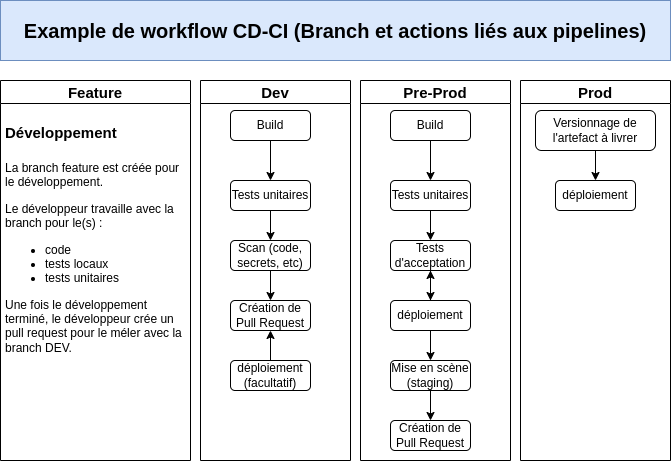
CQEN-QDCE/wiki-innovation keeps this draw.io diagram as Gabarits/Pipelines/images/workflow-cd-ci-pipelines.png. Above is the earlier version. Source tidied: cells renumbered, new cells last; positions are measured from the earlier drawing's top-left corner, leaving out a move shared by most shapes.
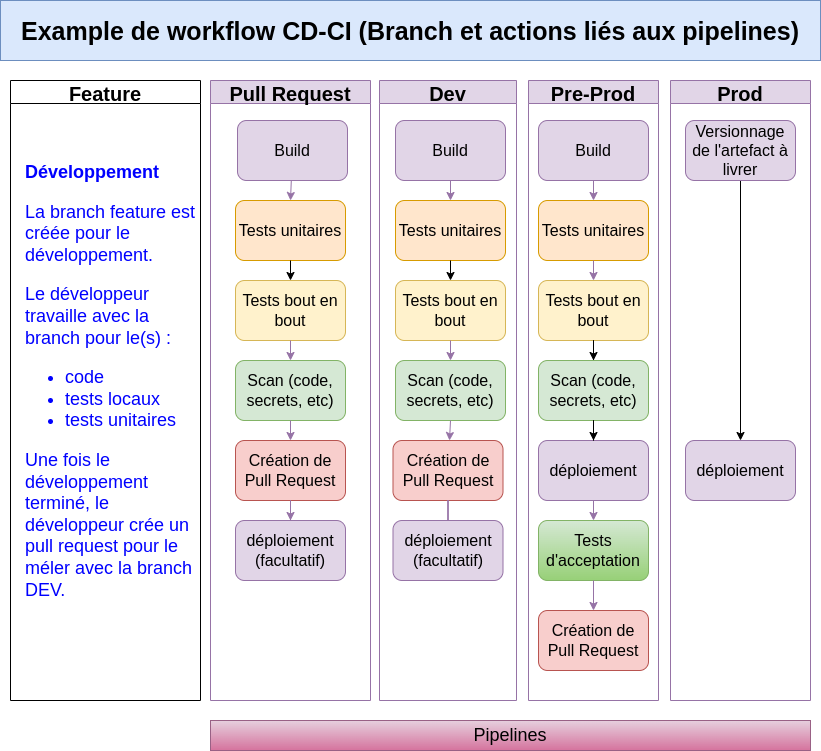
After the commit.

Commit message:
adjusted workflow repo/pipelines

Change to the diagram source:
```diff
@@ -8,103 +8,143 @@
         <mxPoint x="110" y="270" as="targetPoint" />
       </mxGeometry>
     </mxCell>
-    <mxCell id="3" value="Build" style="rounded=1;whiteSpace=wrap;html=1;" parent="1" vertex="1">
-      <mxGeometry x="230" y="110" width="80" height="30" as="geometry" />
-    </mxCell>
-    <mxCell id="4" value="Tests unitaires" style="rounded=1;whiteSpace=wrap;html=1;" parent="1" vertex="1">
-      <mxGeometry x="230" y="180" width="80" height="30" as="geometry" />
-    </mxCell>
-    <mxCell id="5" value="Création de Pull Request" style="rounded=1;whiteSpace=wrap;html=1;" parent="1" vertex="1">
-      <mxGeometry x="230" y="300" width="80" height="30" as="geometry" />
-    </mxCell>
-    <mxCell id="6" value="Build" style="rounded=1;whiteSpace=wrap;html=1;" parent="1" vertex="1">
-      <mxGeometry x="390" y="110" width="80" height="30" as="geometry" />
-    </mxCell>
-    <mxCell id="7" value="Tests unitaires" style="rounded=1;whiteSpace=wrap;html=1;" parent="1" vertex="1">
-      <mxGeometry x="390" y="180" width="80" height="30" as="geometry" />
-    </mxCell>
-    <mxCell id="8" style="edgeStyle=orthogonalEdgeStyle;rounded=0;jettySize=auto;html=1;fontSize=20;" parent="1" edge="1" source="9" target="19">
-      <mxGeometry relative="1" as="geometry" />
-    </mxCell>
-    <mxCell id="9" value="déploiement" style="rounded=1;whiteSpace=wrap;html=1;" parent="1" vertex="1">
-      <mxGeometry x="390" y="300" width="80" height="30" as="geometry" />
-    </mxCell>
-    <mxCell id="10" value="Feature" style="swimlane;fontSize=15;" parent="1" vertex="1">
-      <mxGeometry y="80" width="190" height="380" as="geometry" />
+    <mxCell id="10" value="Feature" style="swimlane;fontSize=20;" parent="1" vertex="1">
+      <mxGeometry y="80" width="190" height="620" as="geometry" />
     </mxCell>
-    <mxCell id="11" value="&lt;h1&gt;&lt;font style=&quot;font-size: 15px;&quot;&gt;Développement&lt;/font&gt;&lt;/h1&gt;&lt;p&gt;&lt;span style=&quot;text-align: center;&quot;&gt;La branch feature est créée pour le développement.&lt;/span&gt;&lt;br&gt;&lt;/p&gt;&lt;p&gt;&lt;span style=&quot;text-align: center; background-color: initial;&quot;&gt;Le développeur travaille avec la branch pour le(s) :&lt;/span&gt;&lt;/p&gt;&lt;p&gt;&lt;/p&gt;&lt;ul&gt;&lt;li&gt;&lt;span style=&quot;background-color: initial; text-align: center;&quot;&gt;code&lt;/span&gt;&lt;br&gt;&lt;/li&gt;&lt;li&gt;&lt;span style=&quot;text-align: center; background-color: initial;&quot;&gt;tests locaux&lt;/span&gt;&lt;br&gt;&lt;/li&gt;&lt;li&gt;&lt;span style=&quot;text-align: center; background-color: initial;&quot;&gt;tests unitaires&lt;/span&gt;&lt;br&gt;&lt;/li&gt;&lt;/ul&gt;&lt;p&gt;&lt;/p&gt;&lt;p&gt;Une fois le développement terminé, le développeur crée un pull request pour le méler avec la branch DEV.&lt;/p&gt;&lt;p&gt;&lt;/p&gt;" style="text;html=1;strokeColor=none;fillColor=none;spacing=5;spacingTop=-20;whiteSpace=wrap;overflow=hidden;rounded=0;" parent="10" vertex="1">
-      <mxGeometry y="30" width="190" height="260" as="geometry" />
+    <mxCell id="11" value="&lt;h1 style=&quot;font-size: 18px;&quot;&gt;&lt;font style=&quot;font-size: 18px;&quot;&gt;Développement&lt;/font&gt;&lt;/h1&gt;&lt;p style=&quot;font-size: 18px;&quot;&gt;&lt;font style=&quot;font-size: 18px;&quot;&gt;&lt;span style=&quot;text-align: center;&quot;&gt;La branch feature est créée pour le développement.&lt;/span&gt;&lt;br&gt;&lt;/font&gt;&lt;/p&gt;&lt;p style=&quot;font-size: 18px;&quot;&gt;&lt;span style=&quot;text-align: center; background-color: initial;&quot;&gt;&lt;font style=&quot;font-size: 18px;&quot;&gt;Le développeur travaille avec la branch pour le(s) :&lt;/font&gt;&lt;/span&gt;&lt;/p&gt;&lt;p style=&quot;font-size: 18px;&quot;&gt;&lt;/p&gt;&lt;ul style=&quot;font-size: 18px;&quot;&gt;&lt;li&gt;&lt;font style=&quot;font-size: 18px;&quot;&gt;&lt;span style=&quot;background-color: initial; text-align: center;&quot;&gt;code&lt;/span&gt;&lt;br&gt;&lt;/font&gt;&lt;/li&gt;&lt;li&gt;&lt;font style=&quot;font-size: 18px;&quot;&gt;&lt;span style=&quot;text-align: center; background-color: initial;&quot;&gt;tests locaux&lt;/span&gt;&lt;br&gt;&lt;/font&gt;&lt;/li&gt;&lt;li&gt;&lt;font style=&quot;font-size: 18px;&quot;&gt;&lt;span style=&quot;text-align: center; background-color: initial;&quot;&gt;tests unitaires&lt;/span&gt;&lt;br&gt;&lt;/font&gt;&lt;/li&gt;&lt;/ul&gt;&lt;p style=&quot;font-size: 18px;&quot;&gt;&lt;/p&gt;&lt;p style=&quot;font-size: 18px;&quot;&gt;&lt;font style=&quot;font-size: 18px;&quot;&gt;Une fois le développement terminé, le développeur crée un pull request pour le méler avec la branch DEV.&lt;/font&gt;&lt;/p&gt;&lt;p&gt;&lt;/p&gt;" style="text;html=1;strokeColor=none;fillColor=none;spacing=5;spacingTop=-20;whiteSpace=wrap;overflow=hidden;rounded=0;fontColor=#0000FF;fontStyle=0;" parent="10" vertex="1">
+      <mxGeometry x="10" y="80" width="190" height="450" as="geometry" />
     </mxCell>
-    <mxCell id="12" value="Dev" style="swimlane;fontSize=15;startSize=23;" parent="1" vertex="1">
-      <mxGeometry x="200" y="80" width="150" height="380" as="geometry" />
+    <mxCell id="12" value="Dev" style="swimlane;fontSize=20;startSize=23;fillColor=#e1d5e7;strokeColor=#9673a6;" parent="1" vertex="1">
+      <mxGeometry x="369" y="80" width="137" height="620" as="geometry" />
     </mxCell>
-    <mxCell id="13" value="Scan (code, secrets, etc)" style="rounded=1;whiteSpace=wrap;html=1;" parent="12" vertex="1">
-      <mxGeometry x="30" y="160" width="80" height="30" as="geometry" />
+    <mxCell id="13" value="Scan (code, secrets, etc)" style="rounded=1;whiteSpace=wrap;html=1;fillColor=#d5e8d4;strokeColor=#82b366;fontSize=16;" parent="12" vertex="1">
+      <mxGeometry x="16" y="280" width="110" height="60" as="geometry" />
     </mxCell>
-    <mxCell id="14" style="edgeStyle=orthogonalEdgeStyle;rounded=0;jettySize=auto;html=1;fontSize=20;" parent="12" edge="1" source="15">
-      <mxGeometry relative="1" as="geometry">
-        <mxPoint x="70" y="250" as="targetPoint" />
-      </mxGeometry>
-    </mxCell>
-    <mxCell id="15" value="déploiement (facultatif)" style="rounded=1;whiteSpace=wrap;html=1;" parent="12" vertex="1">
-      <mxGeometry x="30" y="280" width="80" height="30" as="geometry" />
+    <mxCell id="15" value="déploiement (facultatif)" style="rounded=1;whiteSpace=wrap;html=1;fillColor=#e1d5e7;strokeColor=#9673a6;fontSize=16;" parent="12" vertex="1">
+      <mxGeometry x="13.5" y="440" width="110" height="60" as="geometry" />
     </mxCell>
+    <mxCell id="33" value="Tests bout en bout" style="rounded=1;whiteSpace=wrap;html=1;fillColor=#fff2cc;strokeColor=#d6b656;fontSize=16;" parent="12" vertex="1">
+      <mxGeometry x="16" y="200" width="110" height="60" as="geometry" />
+    </mxCell>
+    <mxCell id="26" style="endArrow=classic;html=1;rounded=0;exitX=0.5;exitY=1;exitDx=0;exitDy=0;fillColor=#e1d5e7;strokeColor=#9673a6;" parent="12" edge="1" source="33" target="13">
+      <mxGeometry relative="1" as="geometry" />
+    </mxCell>
+    <mxCell id="5" value="Création de Pull Request" style="rounded=1;whiteSpace=wrap;html=1;fillColor=#f8cecc;strokeColor=#b85450;fontSize=16;" parent="12" vertex="1">
+      <mxGeometry x="13.5" y="360" width="110" height="60" as="geometry" />
+    </mxCell>
+    <mxCell id="27" style="endArrow=classic;html=1;rounded=0;exitX=0.5;exitY=1;exitDx=0;exitDy=0;fillColor=#e1d5e7;strokeColor=#9673a6;" parent="12" edge="1" source="13" target="5">
+      <mxGeometry relative="1" as="geometry" />
+    </mxCell>
+    <mxCell id="34" style="edgeStyle=orthogonalEdgeStyle;rounded=0;jettySize=auto;html=1;fontSize=20;fillColor=#e1d5e7;strokeColor=#9673a6;endArrow=none;" parent="12" edge="1" source="15" target="5">
+      <mxGeometry relative="1" as="geometry" />
+    </mxCell>
+    <mxCell id="4" value="Tests unitaires" style="rounded=1;whiteSpace=wrap;html=1;fillColor=#ffe6cc;strokeColor=#d79b00;fontSize=16;" parent="12" vertex="1">
+      <mxGeometry x="16" y="120" width="110" height="60" as="geometry" />
+    </mxCell>
+    <mxCell id="35" style="endArrow=classic;html=1;rounded=0;exitX=0.5;exitY=1;exitDx=0;exitDy=0;" parent="12" edge="1" source="4" target="33">
+      <mxGeometry relative="1" as="geometry" />
+    </mxCell>
+    <mxCell id="3" value="Build" style="rounded=1;whiteSpace=wrap;html=1;fillColor=#e1d5e7;strokeColor=#9673a6;fontSize=16;" parent="12" vertex="1">
+      <mxGeometry x="16" y="40" width="110" height="60" as="geometry" />
+    </mxCell>
+    <mxCell id="25" style="endArrow=classic;html=1;rounded=0;entryX=0.5;entryY=0;entryDx=0;entryDy=0;fillColor=#e1d5e7;strokeColor=#9673a6;" parent="12" edge="1" source="3" target="4">
+      <mxGeometry relative="1" as="geometry" />
+    </mxCell>
-    <mxCell id="16" value="Pre-Prod" style="swimlane;fontSize=15;" parent="1" vertex="1">
-      <mxGeometry x="360" y="80" width="150" height="380" as="geometry" />
+    <mxCell id="16" value="Pre-Prod" style="swimlane;fontSize=20;fillColor=#e1d5e7;strokeColor=#9673a6;" parent="1" vertex="1">
+      <mxGeometry x="518" y="80" width="130" height="620" as="geometry" />
     </mxCell>
-    <mxCell id="17" value="Création de Pull Request" style="rounded=1;whiteSpace=wrap;html=1;" parent="16" vertex="1">
-      <mxGeometry x="30" y="340" width="80" height="30" as="geometry" />
-    </mxCell>
-    <mxCell id="18" value="Mise en scène (staging)" style="rounded=1;whiteSpace=wrap;html=1;" parent="16" vertex="1">
-      <mxGeometry x="30" y="280" width="80" height="30" as="geometry" />
-    </mxCell>
+    <mxCell id="36" value="Tests bout en bout" style="rounded=1;whiteSpace=wrap;html=1;fillColor=#fff2cc;strokeColor=#d6b656;fontSize=16;" parent="16" vertex="1">
+      <mxGeometry x="10" y="200" width="110" height="60" as="geometry" />
+    </mxCell>
+    <mxCell id="37" style="edgeStyle=orthogonalEdgeStyle;rounded=0;jettySize=auto;html=1;" parent="16" edge="1" source="36" target="38">
+      <mxGeometry relative="1" as="geometry" />
+    </mxCell>
+    <mxCell id="38" value="Scan (code, secrets, etc)" style="rounded=1;whiteSpace=wrap;html=1;fillColor=#d5e8d4;strokeColor=#82b366;fontSize=16;" parent="16" vertex="1">
+      <mxGeometry x="10" y="280" width="110" height="60" as="geometry" />
+    </mxCell>
+    <mxCell id="6" value="Build" style="rounded=1;whiteSpace=wrap;html=1;fillColor=#e1d5e7;strokeColor=#9673a6;fontSize=16;" parent="16" vertex="1">
+      <mxGeometry x="10" y="40" width="110" height="60" as="geometry" />
+    </mxCell>
+    <mxCell id="7" value="Tests unitaires" style="rounded=1;whiteSpace=wrap;html=1;fillColor=#ffe6cc;strokeColor=#d79b00;fontSize=16;" parent="16" vertex="1">
+      <mxGeometry x="10" y="120" width="110" height="60" as="geometry" />
+    </mxCell>
+    <mxCell id="28" style="endArrow=classic;html=1;rounded=0;exitX=0.5;exitY=1;exitDx=0;exitDy=0;entryX=0.5;entryY=0;entryDx=0;entryDy=0;fillColor=#e1d5e7;strokeColor=#9673a6;" parent="16" edge="1" source="6" target="7">
+      <mxGeometry relative="1" as="geometry" />
+    </mxCell>
+    <mxCell id="29" style="endArrow=classic;html=1;rounded=0;exitX=0.5;exitY=1;exitDx=0;exitDy=0;fillColor=#e1d5e7;strokeColor=#9673a6;entryX=0.5;entryY=0;entryDx=0;entryDy=0;" parent="16" edge="1" source="7" target="36">
+      <mxGeometry relative="1" as="geometry" />
+    </mxCell>
-    <mxCell id="19" value="Tests d'acceptation" style="rounded=1;whiteSpace=wrap;html=1;" parent="16" vertex="1">
-      <mxGeometry x="30" y="160" width="80" height="30" as="geometry" />
+    <mxCell id="19" value="Tests d'acceptation" style="rounded=1;whiteSpace=wrap;html=1;fillColor=#d5e8d4;fontSize=16;strokeColor=#82b366;gradientColor=#97d077;" parent="16" vertex="1">
+      <mxGeometry x="10" y="440" width="110" height="60" as="geometry" />
     </mxCell>
-    <mxCell id="20" style="endArrow=classic;html=1;rounded=0;entryX=0.5;entryY=0;entryDx=0;entryDy=0;exitX=0.5;exitY=1;exitDx=0;exitDy=0;" parent="16" edge="1" source="18" target="17">
-      <mxGeometry relative="1" as="geometry" />
-    </mxCell>
-    <mxCell id="21" value="Prod" style="swimlane;fontSize=15;" parent="1" vertex="1">
-      <mxGeometry x="520" y="80" width="150" height="380" as="geometry" />
+    <mxCell id="21" value="Prod" style="swimlane;fontSize=20;fillColor=#e1d5e7;strokeColor=#9673a6;" parent="1" vertex="1">
+      <mxGeometry x="660" y="80" width="140" height="620" as="geometry" />
     </mxCell>
+    <mxCell id="24" style="edgeStyle=orthogonalEdgeStyle;rounded=0;jettySize=auto;html=1;fontSize=18;" parent="21" edge="1" source="22" target="23">
+      <mxGeometry relative="1" as="geometry" />
+    </mxCell>
-    <mxCell id="22" value="Versionnage de l'artefact à livrer" style="rounded=1;whiteSpace=wrap;html=1;" parent="21" vertex="1">
-      <mxGeometry x="15" y="30" width="120" height="40" as="geometry" />
+    <mxCell id="22" value="Versionnage de l'artefact à livrer" style="rounded=1;whiteSpace=wrap;html=1;fillColor=#e1d5e7;strokeColor=#9673a6;fontSize=16;" parent="21" vertex="1">
+      <mxGeometry x="15" y="40" width="110" height="60" as="geometry" />
     </mxCell>
-    <mxCell id="23" value="déploiement" style="rounded=1;whiteSpace=wrap;html=1;" parent="21" vertex="1">
-      <mxGeometry x="35" y="100" width="80" height="30" as="geometry" />
+    <mxCell id="23" value="déploiement" style="rounded=1;whiteSpace=wrap;html=1;fillColor=#e1d5e7;strokeColor=#9673a6;fontSize=16;" parent="21" vertex="1">
+      <mxGeometry x="15" y="360" width="110" height="60" as="geometry" />
     </mxCell>
-    <mxCell id="24" style="endArrow=classic;html=1;rounded=0;exitX=0.5;exitY=1;exitDx=0;exitDy=0;" parent="21" edge="1" source="22" target="23">
-      <mxGeometry relative="1" as="geometry" />
-    </mxCell>
-    <mxCell id="25" style="endArrow=classic;html=1;rounded=0;entryX=0.5;entryY=0;entryDx=0;entryDy=0;" parent="1" edge="1" source="3" target="4">
-      <mxGeometry relative="1" as="geometry" />
-    </mxCell>
-    <mxCell id="26" style="endArrow=classic;html=1;rounded=0;exitX=0.5;exitY=1;exitDx=0;exitDy=0;" parent="1" edge="1" source="4" target="13">
-      <mxGeometry relative="1" as="geometry" />
-    </mxCell>
-    <mxCell id="27" style="endArrow=classic;html=1;rounded=0;exitX=0.5;exitY=1;exitDx=0;exitDy=0;" parent="1" edge="1" source="13" target="5">
-      <mxGeometry relative="1" as="geometry" />
-    </mxCell>
-    <mxCell id="28" style="endArrow=classic;html=1;rounded=0;exitX=0.5;exitY=1;exitDx=0;exitDy=0;entryX=0.5;entryY=0;entryDx=0;entryDy=0;" parent="1" edge="1" source="6" target="7">
-      <mxGeometry relative="1" as="geometry" />
-    </mxCell>
-    <mxCell id="29" style="endArrow=classic;html=1;rounded=0;exitX=0.5;exitY=1;exitDx=0;exitDy=0;" parent="1" edge="1" source="7">
-      <mxGeometry relative="1" as="geometry">
-        <mxPoint x="430" y="240" as="targetPoint" />
-      </mxGeometry>
-    </mxCell>
-    <mxCell id="30" style="endArrow=classic;html=1;rounded=0;exitX=0.5;exitY=1;exitDx=0;exitDy=0;" parent="1" edge="1" source="19">
-      <mxGeometry relative="1" as="geometry">
-        <mxPoint x="430" y="300" as="targetPoint" />
-      </mxGeometry>
-    </mxCell>
+    <mxCell id="32" value="&lt;b&gt;&lt;font style=&quot;font-size: 25px;&quot;&gt;Example de workflow CD-CI (Branch et actions liés aux pipelines)&lt;/font&gt;&lt;/b&gt;" style="whiteSpace=wrap;html=1;align=center;newEdgeStyle={&quot;edgeStyle&quot;:&quot;elbowEdgeStyle&quot;,&quot;startArrow&quot;:&quot;none&quot;,&quot;endArrow&quot;:&quot;none&quot;};fontSize=15;fillColor=#dae8fc;strokeColor=#6c8ebf;" parent="1" vertex="1">
+      <mxGeometry x="-10" width="820" height="60" as="geometry" />
+    </mxCell>
+    <mxCell id="39" value="Pull Request" style="swimlane;fontSize=20;startSize=23;fillColor=#e1d5e7;strokeColor=#9673a6;" parent="1" vertex="1">
+      <mxGeometry x="200" y="80" width="160" height="620" as="geometry" />
+    </mxCell>
+    <mxCell id="40" value="Scan (code, secrets, etc)" style="rounded=1;whiteSpace=wrap;html=1;fillColor=#d5e8d4;strokeColor=#82b366;fontSize=16;" parent="39" vertex="1">
+      <mxGeometry x="25" y="280" width="110" height="60" as="geometry" />
+    </mxCell>
+    <mxCell id="41" value="Tests bout en bout" style="rounded=1;whiteSpace=wrap;html=1;fillColor=#fff2cc;strokeColor=#d6b656;fontSize=16;" parent="39" vertex="1">
+      <mxGeometry x="25" y="200" width="110" height="60" as="geometry" />
+    </mxCell>
+    <mxCell id="42" style="endArrow=classic;html=1;rounded=0;exitX=0.5;exitY=1;exitDx=0;exitDy=0;fillColor=#e1d5e7;strokeColor=#9673a6;" parent="39" edge="1" source="41" target="40">
+      <mxGeometry relative="1" as="geometry" />
+    </mxCell>
+    <mxCell id="43" value="Création de Pull Request" style="rounded=1;whiteSpace=wrap;html=1;fillColor=#f8cecc;strokeColor=#b85450;fontSize=16;" parent="39" vertex="1">
+      <mxGeometry x="25" y="360" width="110" height="60" as="geometry" />
+    </mxCell>
+    <mxCell id="44" style="endArrow=classic;html=1;rounded=0;exitX=0.5;exitY=1;exitDx=0;exitDy=0;fillColor=#e1d5e7;strokeColor=#9673a6;" parent="39" edge="1" source="40" target="43">
+      <mxGeometry relative="1" as="geometry" />
+    </mxCell>
+    <mxCell id="45" value="Tests unitaires" style="rounded=1;whiteSpace=wrap;html=1;fillColor=#ffe6cc;strokeColor=#d79b00;fontSize=16;" parent="39" vertex="1">
+      <mxGeometry x="25" y="120" width="110" height="60" as="geometry" />
+    </mxCell>
+    <mxCell id="46" style="endArrow=classic;html=1;rounded=0;exitX=0.5;exitY=1;exitDx=0;exitDy=0;" parent="39" edge="1" source="45" target="41">
+      <mxGeometry relative="1" as="geometry" />
+    </mxCell>
+    <mxCell id="47" value="déploiement (facultatif)" style="rounded=1;whiteSpace=wrap;html=1;fillColor=#e1d5e7;strokeColor=#9673a6;fontSize=16;" parent="39" vertex="1">
+      <mxGeometry x="25" y="440" width="110" height="60" as="geometry" />
+    </mxCell>
+    <mxCell id="48" style="edgeStyle=orthogonalEdgeStyle;rounded=0;jettySize=auto;html=1;fontSize=20;fillColor=#e1d5e7;strokeColor=#9673a6;exitX=0.5;exitY=1;exitDx=0;exitDy=0;" parent="39" edge="1" source="43" target="47">
+      <mxGeometry relative="1" as="geometry" />
+    </mxCell>
+    <mxCell id="49" value="&lt;font style=&quot;font-size: 16px;&quot;&gt;Build&lt;/font&gt;" style="rounded=1;whiteSpace=wrap;html=1;fillColor=#e1d5e7;strokeColor=#9673a6;fontSize=16;" parent="39" vertex="1">
+      <mxGeometry x="27" y="40" width="110" height="60" as="geometry" />
+    </mxCell>
+    <mxCell id="50" style="endArrow=classic;html=1;rounded=0;entryX=0.5;entryY=0;entryDx=0;entryDy=0;fillColor=#e1d5e7;strokeColor=#9673a6;" parent="39" edge="1" source="49" target="45">
+      <mxGeometry relative="1" as="geometry" />
+    </mxCell>
+    <mxCell id="17" value="Création de Pull Request" style="rounded=1;whiteSpace=wrap;html=1;fillColor=#f8cecc;strokeColor=#b85450;fontSize=16;" parent="1" vertex="1">
+      <mxGeometry x="528" y="610" width="110" height="60" as="geometry" />
+    </mxCell>
+    <mxCell id="20" style="endArrow=classic;html=1;rounded=0;exitX=0.5;exitY=1;exitDx=0;exitDy=0;fillColor=#e1d5e7;strokeColor=#9673a6;" parent="1" edge="1" source="19" target="17">
+      <mxGeometry relative="1" as="geometry" />
+    </mxCell>
-    <mxCell id="31" style="endArrow=classic;html=1;rounded=0;exitX=0.5;exitY=1;exitDx=0;exitDy=0;" parent="1" edge="1" source="9">
-      <mxGeometry relative="1" as="geometry">
-        <mxPoint x="430" y="360" as="targetPoint" />
-      </mxGeometry>
+    <mxCell id="31" style="endArrow=classic;html=1;rounded=0;exitX=0.5;exitY=1;exitDx=0;exitDy=0;fillColor=#e1d5e7;strokeColor=#9673a6;entryX=0.5;entryY=0;entryDx=0;entryDy=0;" parent="1" edge="1" source="9" target="19">
+      <mxGeometry relative="1" as="geometry" />
     </mxCell>
-    <mxCell id="32" value="&lt;b&gt;&lt;font style=&quot;font-size: 20px;&quot;&gt;Example de workflow CD-CI (Branch et actions liés aux pipelines)&lt;/font&gt;&lt;/b&gt;" style="whiteSpace=wrap;html=1;align=center;newEdgeStyle={&quot;edgeStyle&quot;:&quot;elbowEdgeStyle&quot;,&quot;startArrow&quot;:&quot;none&quot;,&quot;endArrow&quot;:&quot;none&quot;};fontSize=15;fillColor=#dae8fc;strokeColor=#6c8ebf;" parent="1" vertex="1">
-      <mxGeometry width="670" height="60" as="geometry" />
-    </mxCell>
+    <mxCell id="9" value="déploiement" style="rounded=1;whiteSpace=wrap;html=1;fillColor=#e1d5e7;strokeColor=#9673a6;fontSize=16;" parent="1" vertex="1">
+      <mxGeometry x="528" y="440" width="110" height="60" as="geometry" />
+    </mxCell>
+    <mxCell id="51" style="edgeStyle=orthogonalEdgeStyle;rounded=0;jettySize=auto;html=1;exitX=0.5;exitY=1;exitDx=0;exitDy=0;fontSize=18;" parent="1" edge="1" source="38" target="9">
+      <mxGeometry relative="1" as="geometry" />
+    </mxCell>
+    <mxCell id="52" value="&lt;font style=&quot;font-size: 18px;&quot;&gt;Pipelines&lt;/font&gt;" style="rounded=0;whiteSpace=wrap;html=1;fillColor=#e6d0de;gradientColor=#d5739d;strokeColor=#996185;" parent="1" vertex="1">
+      <mxGeometry x="200" y="720" width="600" height="30" as="geometry" />
+    </mxCell>
   </root>
 </mxGraphModel>
```
